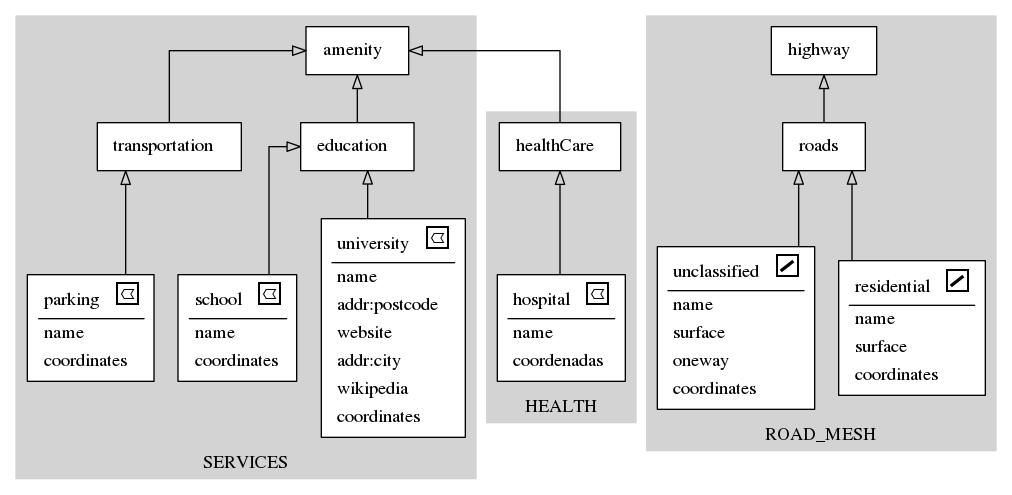
Before: schema.gv.png, a diagram exported from Graphviz (vinisperandio/OSM2Diagram_optmizated). Its source is kept beside it as schema.gv.
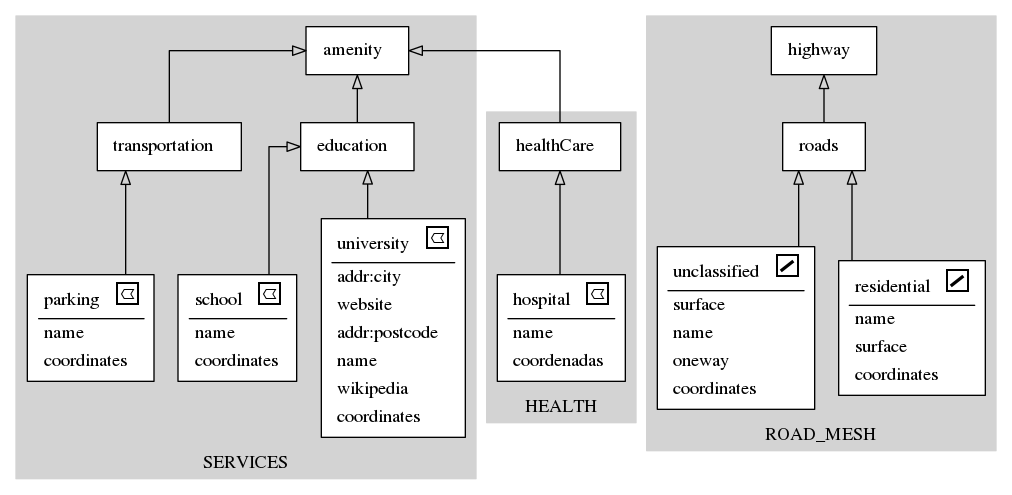
Above is the later version.

The edit, as a diff of the source:
```diff
@@ -12,16 +12,16 @@
 			</TR>
 			<hr/>
 			<TR>
-				<TD align="left">name</TD>
+				<TD align="left">addr:city</TD>
+			 </TR>
+			<TR>
+				<TD align="left">website</TD>
 			 </TR>
 			<TR>
 				<TD align="left">addr:postcode</TD>
 			 </TR>
 			<TR>
-				<TD align="left">website</TD>
-			 </TR>
-			<TR>
-				<TD align="left">addr:city</TD>
+				<TD align="left">name</TD>
 			 </TR>
 			<TR>
 				<TD align="left">wikipedia</TD>
@@ -137,10 +137,10 @@
 			</TR>
 			<hr/>
 			<TR>
-				<TD align="left">name</TD>
+				<TD align="left">surface</TD>
 			 </TR>
 			<TR>
-				<TD align="left">surface</TD>
+				<TD align="left">name</TD>
 			 </TR>
 			<TR>
 				<TD align="left">oneway</TD>
@@ -156,16 +156,16 @@
 			</TR>
 			</TABLE>>]
 	}
-		5 -> 1[arrowhead=onormal]
-		4 -> 1[arrowhead=onormal]
-		2 -> 4[arrowhead=onormal]
-		11 -> 9[arrowhead=onormal]
-		6 -> 7[arrowhead=onormal]
-		3 -> 5[arrowhead=onormal]
 		8 -> 11[arrowhead=onormal]
 		0 -> 4[arrowhead=onormal]
 		10 -> 11[arrowhead=onormal]
+		11 -> 9[arrowhead=onormal]
+		4 -> 1[arrowhead=onormal]
 		7 -> 1[arrowhead=onormal]
+		5 -> 1[arrowhead=onormal]
+		6 -> 7[arrowhead=onormal]
+		3 -> 5[arrowhead=onormal]
+		2 -> 4[arrowhead=onormal]
 	rankdir=BT
 	splines=ortho
 }
```
